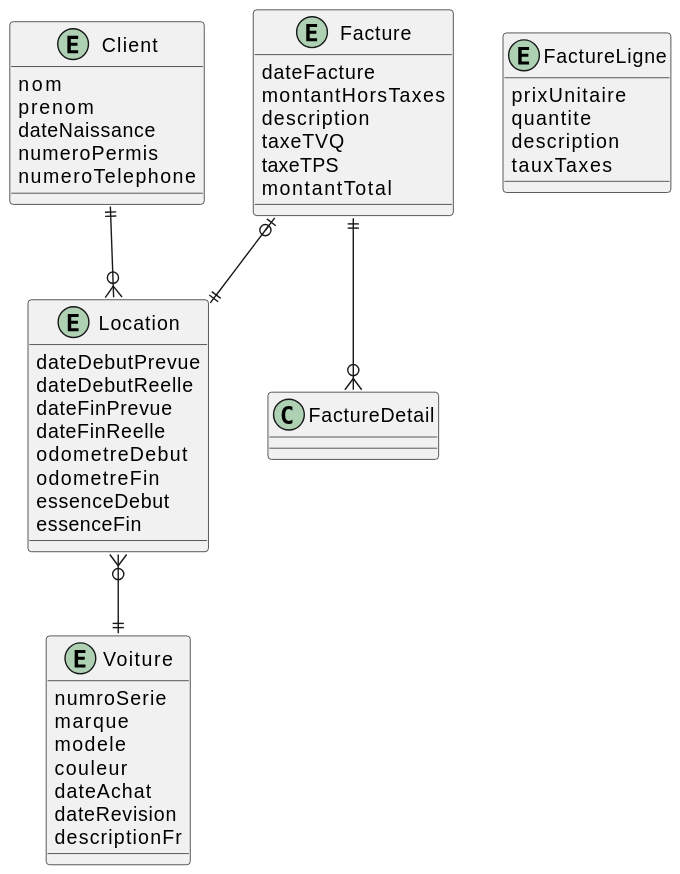
Above: images/ERD/car_reservation/erd_car_reservation_logique.svg in rparadiscsfoy/420-W34-SF-TP02 (PlantUML), before the change.
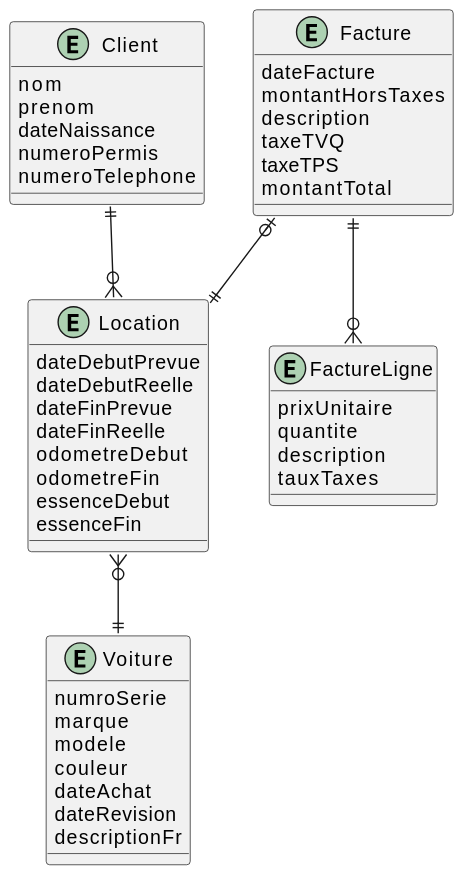
After the change.

Change to the diagram source:
```diff
@@ -48,6 +48,6 @@
 Client ||--o{ Location
 Location }o--|| Voiture
 Facture |o--|| Location
-Facture ||--o{ FactureDetail
+Facture ||--o{ FactureLigne
 
 @enduml
```
